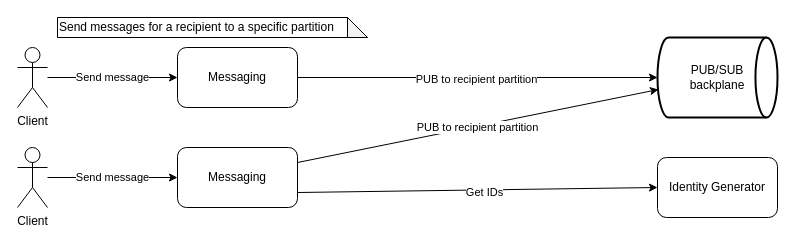
This is docs/diagrams/cecochat-02-message-send.drawio from cvetomir-todorov/CecoChat, a draw.io file, before an edit. Source tidied: cells renumbered, new cells numbered last; positions are measured from the earlier drawing's top-left corner, leaving out a move shared by most shapes. Both pictures are drawn from the tidied source at 100%, with x=0, y=0 at pixel (17, 17).
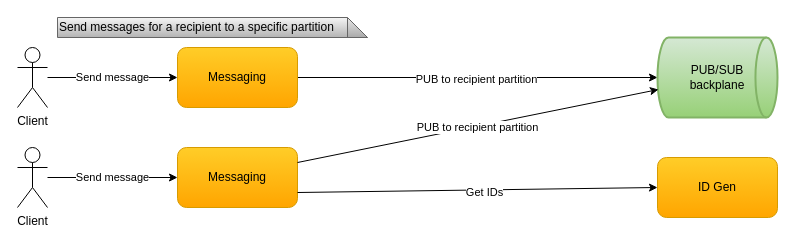
Above is the later version.

Diff of the diagram source:
```diff
@@
 <mxGraphModel>
   <root>
     <mxCell id="0" />
     <mxCell id="1" parent="0" />
     <mxCell id="2" value="Send message" style="edgeStyle=orthogonalEdgeStyle;rounded=0;jettySize=auto;html=1;entryX=0;entryY=0.5;entryDx=0;entryDy=0;startArrow=none;startFill=0;" parent="1" edge="1" source="3" target="7">
       <mxGeometry relative="1" as="geometry" />
     </mxCell>
     <mxCell id="3" value="Client" style="shape=umlActor;verticalLabelPosition=bottom;verticalAlign=top;html=1;outlineConnect=0;" parent="1" vertex="1">
       <mxGeometry y="30" width="30" height="60" as="geometry" />
     </mxCell>
     <mxCell id="4" value="Send message" style="edgeStyle=orthogonalEdgeStyle;rounded=0;jettySize=auto;html=1;entryX=0;entryY=0.5;entryDx=0;entryDy=0;startArrow=none;startFill=0;" parent="1" edge="1" source="5" target="10">
       <mxGeometry relative="1" as="geometry" />
     </mxCell>
     <mxCell id="5" value="Client" style="shape=umlActor;verticalLabelPosition=bottom;verticalAlign=top;html=1;outlineConnect=0;" parent="1" vertex="1">
       <mxGeometry y="130" width="30" height="60" as="geometry" />
     </mxCell>
     <mxCell id="6" value="PUB to recipient partition" style="rounded=0;jettySize=auto;html=1;startArrow=none;startFill=0;exitX=1;exitY=0.5;exitDx=0;exitDy=0;" parent="1" edge="1" source="7" target="8">
       <mxGeometry y="-2" relative="1" as="geometry">
         <mxPoint x="-1" as="offset" />
       </mxGeometry>
     </mxCell>
-    <mxCell id="7" value="&lt;font style=&quot;font-size: 12px&quot;&gt;Messaging&lt;/font&gt;" style="rounded=1;whiteSpace=wrap;html=1;" parent="1" vertex="1">
+    <mxCell id="7" value="&lt;font style=&quot;font-size: 12px&quot;&gt;Messaging&lt;/font&gt;" style="rounded=1;whiteSpace=wrap;html=1;gradientColor=#ffa500;fillColor=#ffcd28;strokeColor=#d79b00;" parent="1" vertex="1">
       <mxGeometry x="160" y="30" width="120" height="60" as="geometry" />
     </mxCell>
-    <mxCell id="8" value="PUB/SUB&lt;br&gt;backplane" style="strokeWidth=2;html=1;shape=mxgraph.flowchart.direct_data;whiteSpace=wrap;" parent="1" vertex="1">
+    <mxCell id="8" value="PUB/SUB&lt;br&gt;backplane" style="strokeWidth=2;html=1;shape=mxgraph.flowchart.direct_data;whiteSpace=wrap;gradientColor=#97d077;fillColor=#d5e8d4;strokeColor=#82b366;" parent="1" vertex="1">
       <mxGeometry x="640" y="20" width="120" height="80" as="geometry" />
     </mxCell>
-    <mxCell id="9" value="Send messages for a recipient to a specific partition" style="shape=note;whiteSpace=wrap;html=1;backgroundOutline=1;darkOpacity=0.05;align=left;" parent="1" vertex="1">
+    <mxCell id="9" value="Send messages for a recipient to a specific partition" style="shape=note;whiteSpace=wrap;html=1;backgroundOutline=1;darkOpacity=0.05;align=left;gradientColor=#b3b3b3;fillColor=#f5f5f5;strokeColor=#666666;" parent="1" vertex="1">
       <mxGeometry x="40" width="310" height="20" as="geometry" />
     </mxCell>
-    <mxCell id="10" value="&lt;font style=&quot;font-size: 12px&quot;&gt;Messaging&lt;/font&gt;" style="rounded=1;whiteSpace=wrap;html=1;" parent="1" vertex="1">
+    <mxCell id="10" value="&lt;font style=&quot;font-size: 12px&quot;&gt;Messaging&lt;/font&gt;" style="rounded=1;whiteSpace=wrap;html=1;gradientColor=#ffa500;fillColor=#ffcd28;strokeColor=#d79b00;" parent="1" vertex="1">
       <mxGeometry x="160" y="130" width="120" height="60" as="geometry" />
     </mxCell>
     <mxCell id="11" value="PUB to recipient partition" style="rounded=0;jettySize=auto;html=1;startArrow=none;startFill=0;exitX=1;exitY=0.25;exitDx=0;exitDy=0;entryX=0.008;entryY=0.65;entryDx=0;entryDy=0;entryPerimeter=0;" parent="1" edge="1" source="10" target="8">
       <mxGeometry y="-2" relative="1" as="geometry">
         <mxPoint x="-1" as="offset" />
       </mxGeometry>
     </mxCell>
-    <mxCell id="12" value="&lt;font style=&quot;font-size: 12px&quot;&gt;Identity Generator&lt;/font&gt;" style="rounded=1;whiteSpace=wrap;html=1;" parent="1" vertex="1">
+    <mxCell id="12" value="&lt;font style=&quot;font-size: 12px&quot;&gt;ID Gen&lt;/font&gt;" style="rounded=1;whiteSpace=wrap;html=1;gradientColor=#ffa500;fillColor=#ffcd28;strokeColor=#d79b00;" parent="1" vertex="1">
       <mxGeometry x="640" y="140" width="120" height="60" as="geometry" />
     </mxCell>
     <mxCell id="13" value="Get IDs" style="endArrow=classic;html=1;entryX=0;entryY=0.5;entryDx=0;entryDy=0;exitX=1;exitY=0.75;exitDx=0;exitDy=0;" parent="1" edge="1" source="10" target="12">
       <mxGeometry x="0.04" y="-3" relative="1" as="geometry" />
     </mxCell>
   </root>
 </mxGraphModel>
```
